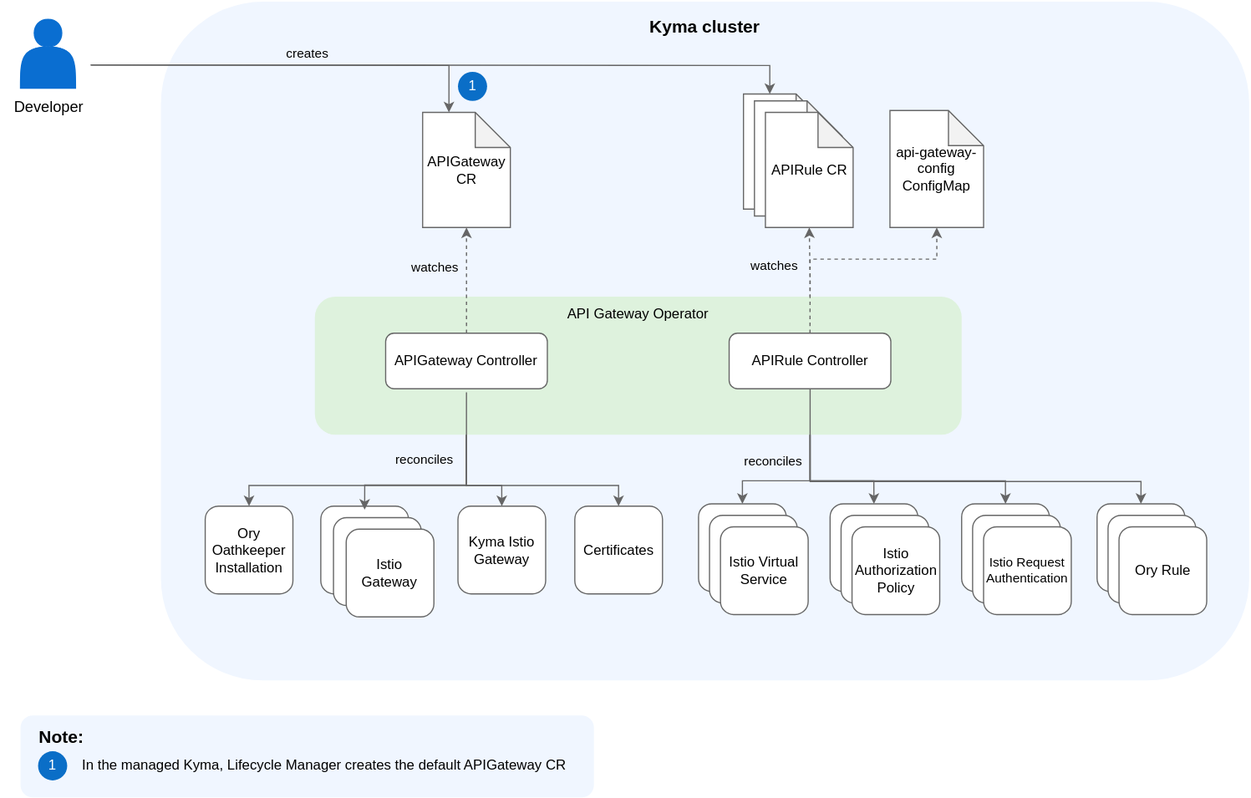
Above: docs/assets/operator-overview.svg in kyma-project/api-gateway (draw.io), before the change. Source tidied: cells renumbered, new cells last; positions are measured from the earlier drawing's top-left corner, leaving out a move shared by most shapes.
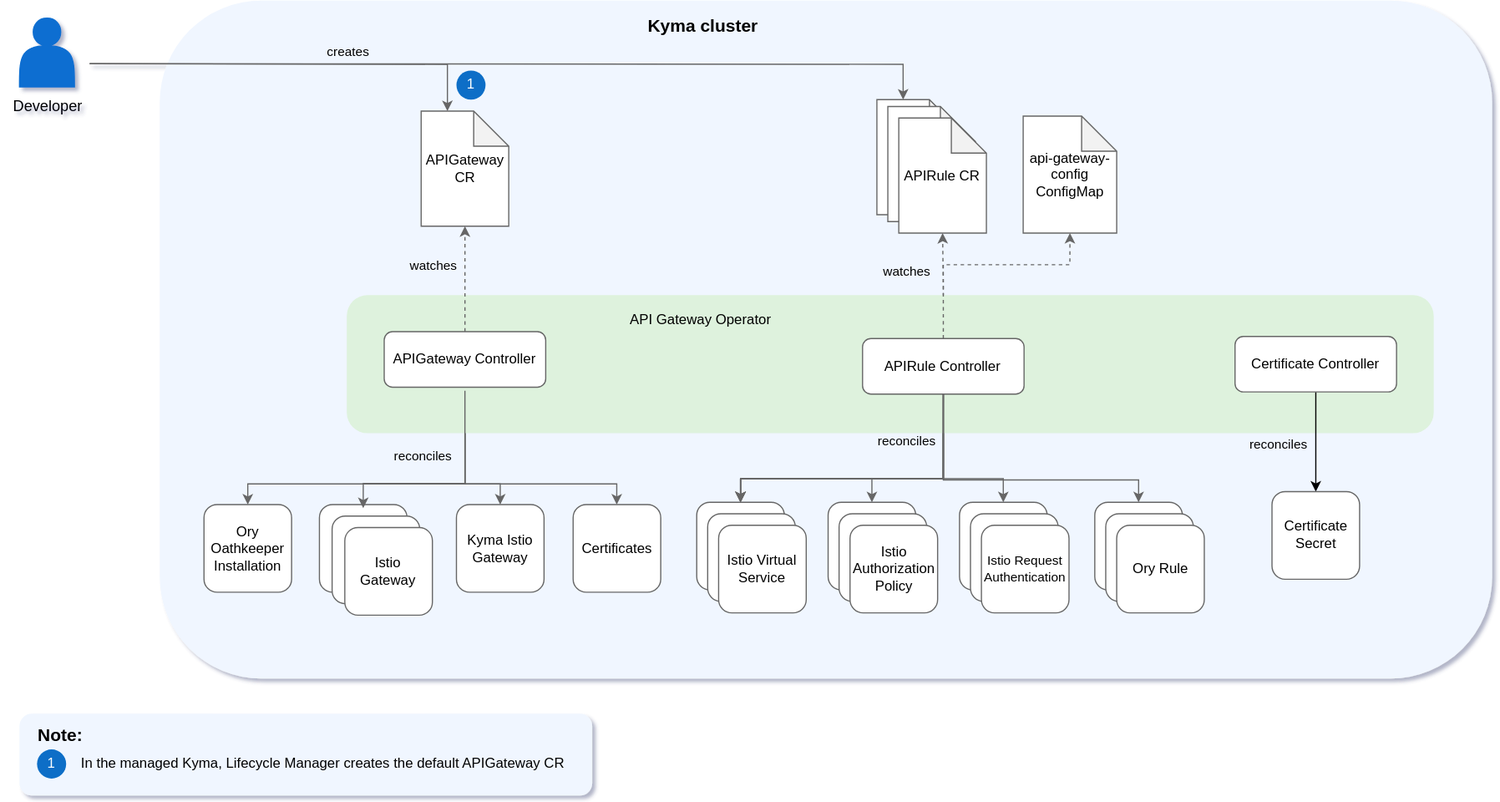
The same diagram one commit later.

What changed in the source:
```diff
@@ -3,7 +3,7 @@
     <mxCell id="0" />
     <mxCell id="1" parent="0" />
     <mxCell id="2" style="rounded=1;whiteSpace=wrap;html=1;strokeColor=none;fillColor=#F0F6FF;fillStyle=auto;" parent="1" vertex="1">
-      <mxGeometry x="136" width="930" height="580" as="geometry" />
+      <mxGeometry x="136" width="1140" height="580" as="geometry" />
     </mxCell>
     <mxCell id="3" style="edgeStyle=orthogonalEdgeStyle;rounded=0;jettySize=auto;html=1;entryX=0;entryY=0;entryDx=22.473684210526322;entryDy=0;entryPerimeter=0;strokeColor=#666666;" parent="1" edge="1" target="14">
       <mxGeometry relative="1" as="geometry">
@@ -48,7 +48,7 @@
       <mxGeometry x="359.6" y="94.6" width="74.9" height="98.4" as="geometry" />
     </mxCell>
     <mxCell id="15" style="shape=note;whiteSpace=wrap;html=1;backgroundOutline=1;darkOpacity=0.05;strokeColor=#666666;" parent="1" vertex="1">
-      <mxGeometry x="633.8" y="78.9" width="74.9" height="98.4" as="geometry" />
+      <mxGeometry x="749.6" y="84.7" width="74.9" height="98.4" as="geometry" />
     </mxCell>
     <mxCell id="16" style="edgeStyle=orthogonalEdgeStyle;rounded=0;jettySize=auto;html=1;exitX=0.5;exitY=0;exitDx=0;exitDy=0;entryX=0.5;entryY=1;entryDx=0;entryDy=0;entryPerimeter=0;dashed=1;strokeColor=#666666;" parent="1" edge="1" source="46" target="32">
       <mxGeometry relative="1" as="geometry" />
@@ -85,27 +85,27 @@
     <mxCell id="26" value="Istio Request Authentication" style="whiteSpace=wrap;html=1;fillColor=default;gradientColor=none;rounded=1;strokeColor=#666666;fontSize=11;" parent="1" vertex="1">
       <mxGeometry x="839" y="448.8" width="74.9" height="74.9" as="geometry" />
     </mxCell>
-    <mxCell id="27" style="edgeStyle=orthogonalEdgeStyle;rounded=0;jettySize=auto;html=1;entryX=0.5;entryY=0;entryDx=0;entryDy=0;strokeColor=#666666;" parent="1" edge="1" source="46" target="18">
+    <mxCell id="27" style="edgeStyle=orthogonalEdgeStyle;rounded=0;jettySize=auto;html=1;entryX=0.5;entryY=0;entryDx=0;entryDy=0;strokeColor=#666666;exitX=0.5;exitY=1;exitDx=0;exitDy=0;" parent="1" edge="1" source="46" target="18">
       <mxGeometry relative="1" as="geometry">
         <Array as="points">
-          <mxPoint x="691" y="409.4" />
-          <mxPoint x="632.9" y="409.4" />
+          <mxPoint x="806" y="409" />
+          <mxPoint x="633" y="409" />
         </Array>
       </mxGeometry>
     </mxCell>
-    <mxCell id="28" style="edgeStyle=orthogonalEdgeStyle;rounded=0;jettySize=auto;html=1;entryX=0.5;entryY=0;entryDx=0;entryDy=0;strokeColor=#666666;" parent="1" edge="1" source="46" target="19">
+    <mxCell id="28" style="edgeStyle=orthogonalEdgeStyle;rounded=0;jettySize=auto;html=1;entryX=0.5;entryY=0;entryDx=0;entryDy=0;strokeColor=#666666;exitX=0.5;exitY=1;exitDx=0;exitDy=0;" parent="1" edge="1" source="46" target="19">
       <mxGeometry relative="1" as="geometry">
         <Array as="points">
-          <mxPoint x="691" y="409.4" />
-          <mxPoint x="745.3" y="409.4" />
+          <mxPoint x="806" y="409" />
+          <mxPoint x="745" y="409" />
         </Array>
       </mxGeometry>
     </mxCell>
     <mxCell id="29" style="edgeStyle=orthogonalEdgeStyle;rounded=0;jettySize=auto;html=1;exitX=0.5;exitY=1;exitDx=0;exitDy=0;entryX=0.5;entryY=0;entryDx=0;entryDy=0;strokeColor=#666666;" parent="1" edge="1" source="46" target="20">
       <mxGeometry relative="1" as="geometry">
         <Array as="points">
-          <mxPoint x="691" y="409.4" />
-          <mxPoint x="857.7" y="409.4" />
+          <mxPoint x="806" y="409" />
+          <mxPoint x="858" y="409" />
         </Array>
       </mxGeometry>
     </mxCell>
@@ -115,10 +115,10 @@
       </mxGeometry>
     </mxCell>
     <mxCell id="31" style="shape=note;whiteSpace=wrap;html=1;backgroundOutline=1;darkOpacity=0.05;strokeColor=#666666;" parent="1" vertex="1">
-      <mxGeometry x="643.2" y="84.7" width="74.9" height="98.4" as="geometry" />
+      <mxGeometry x="758.9" y="90.6" width="74.9" height="98.4" as="geometry" />
     </mxCell>
     <mxCell id="32" value="APIRule CR" style="shape=note;whiteSpace=wrap;html=1;backgroundOutline=1;darkOpacity=0.05;strokeColor=#666666;" parent="1" vertex="1">
-      <mxGeometry x="652.6" y="94.6" width="74.9" height="98.4" as="geometry" />
+      <mxGeometry x="768.3" y="100.4" width="74.9" height="98.4" as="geometry" />
     </mxCell>
     <mxCell id="33" value="Ory Oathkeeper Installation" style="whiteSpace=wrap;html=1;fillColor=default;gradientColor=none;rounded=1;strokeColor=#666666;" parent="1" vertex="1">
       <mxGeometry x="173.8" y="431.1" width="74.9" height="74.9" as="geometry" />
@@ -148,7 +148,7 @@
       </mxGeometry>
     </mxCell>
     <mxCell id="37" value="api-gateway-config ConfigMap" style="shape=note;whiteSpace=wrap;html=1;backgroundOutline=1;darkOpacity=0.05;labelBackgroundColor=none;strokeColor=#666666;" parent="1" vertex="1">
-      <mxGeometry x="759" y="93" width="80" height="100" as="geometry" />
+      <mxGeometry x="874.7" y="98.8" width="80" height="100" as="geometry" />
     </mxCell>
     <mxCell id="38" style="whiteSpace=wrap;html=1;fillColor=default;gradientColor=none;rounded=1;strokeColor=#666666;" parent="1" vertex="1">
       <mxGeometry x="936" y="429.1" width="74.9" height="74.9" as="geometry" />
@@ -157,21 +157,21 @@
       <mxGeometry x="945.4" y="438.9" width="74.9" height="74.9" as="geometry" />
     </mxCell>
     <mxCell id="40" style="rounded=1;whiteSpace=wrap;html=1;gradientColor=none;fillColor=#DEF2DD;strokeColor=none;" parent="1" vertex="1">
-      <mxGeometry x="267.5" y="252" width="552.7" height="118.1" as="geometry" />
+      <mxGeometry x="296" y="252" width="930" height="118.1" as="geometry" />
     </mxCell>
     <mxCell id="41" value="Ory Rule" style="whiteSpace=wrap;html=1;fillColor=default;gradientColor=none;rounded=1;strokeColor=#666666;" parent="1" vertex="1">
       <mxGeometry x="954.7" y="448.8" width="74.9" height="74.9" as="geometry" />
     </mxCell>
-    <mxCell id="42" style="edgeStyle=orthogonalEdgeStyle;rounded=0;jettySize=auto;html=1;entryX=0.5;entryY=0;entryDx=0;entryDy=0;strokeColor=#666666;" parent="1" edge="1" source="46" target="38">
+    <mxCell id="42" style="edgeStyle=orthogonalEdgeStyle;rounded=0;jettySize=auto;html=1;entryX=0.5;entryY=0;entryDx=0;entryDy=0;strokeColor=#666666;exitX=0.5;exitY=1;exitDx=0;exitDy=0;" parent="1" edge="1" source="46" target="38">
       <mxGeometry relative="1" as="geometry">
         <Array as="points">
-          <mxPoint x="691" y="410" />
+          <mxPoint x="806" y="410" />
           <mxPoint x="974" y="410" />
         </Array>
       </mxGeometry>
     </mxCell>
     <mxCell id="43" value="API Gateway Operator" style="text;html=1;strokeColor=none;fillColor=none;align=center;verticalAlign=middle;whiteSpace=wrap;rounded=0;spacing=6;fontSize=12;" parent="1" vertex="1">
-      <mxGeometry x="405.7" y="257.6" width="276.4" height="19.7" as="geometry" />
+      <mxGeometry x="461" y="263.6" width="276.4" height="19.7" as="geometry" />
     </mxCell>
     <mxCell id="44" value="1" style="ellipse;whiteSpace=wrap;html=1;fillStyle=auto;fillColor=#0A6EC7;strokeColor=none;fontColor=#FFFFFF;" parent="1" vertex="1">
       <mxGeometry x="389.8" y="59.8" width="24.9" height="24.9" as="geometry" />
@@ -180,7 +180,7 @@
       <mxGeometry x="328" y="283.2" width="138.2" height="47.5" as="geometry" />
     </mxCell>
     <mxCell id="46" value="APIRule Controller" style="rounded=0;whiteSpace=wrap;html=1;rounded=1;fontColor=#000000;strokeColor=#666666;" parent="1" vertex="1">
-      <mxGeometry x="621.6" y="283.2" width="138.2" height="47.5" as="geometry" />
+      <mxGeometry x="737.3" y="289.1" width="138.2" height="47.5" as="geometry" />
     </mxCell>
     <mxCell id="47" style="group;" parent="1" vertex="1">
       <mxGeometry x="16" y="610" width="491" height="70" as="geometry" />
@@ -220,10 +220,56 @@
     <mxCell id="55" style="edgeStyle=orthogonalEdgeStyle;rounded=0;jettySize=auto;html=1;exitX=0.5;exitY=0;exitDx=0;exitDy=0;entryX=0.5;entryY=1;entryDx=0;entryDy=0;entryPerimeter=0;dashed=1;strokeColor=#666666;" parent="1" edge="1" source="46" target="37">
       <mxGeometry relative="1" as="geometry">
         <Array as="points">
-          <mxPoint x="691" y="220" />
-          <mxPoint x="799" y="220" />
+          <mxPoint x="806.7" y="225.9" />
+          <mxPoint x="914.7" y="225.9" />
         </Array>
       </mxGeometry>
     </mxCell>
+    <mxCell id="56" style="edgeStyle=orthogonalEdgeStyle;rounded=0;jettySize=auto;html=1;exitX=0.5;exitY=1;exitDx=0;exitDy=0;" parent="1" edge="1" source="57" target="58">
+      <mxGeometry x="0.06" y="-39" relative="1" as="geometry" />
+    </mxCell>
+    <mxCell id="57" value="Certificate Controller" style="rounded=0;whiteSpace=wrap;html=1;rounded=1;fontColor=#000000;strokeColor=#666666;" parent="1" vertex="1">
+      <mxGeometry x="1056" y="287.3" width="138.2" height="47.5" as="geometry" />
+    </mxCell>
+    <mxCell id="58" value="Certificate Secret" style="whiteSpace=wrap;html=1;fillColor=default;gradientColor=none;rounded=1;strokeColor=#666666;" parent="1" vertex="1">
+      <mxGeometry x="1087.6" y="420" width="74.9" height="74.9" as="geometry" />
+    </mxCell>
+    <mxCell id="59" style="edgeStyle=orthogonalEdgeStyle;rounded=0;jettySize=auto;html=1;entryX=0.5;entryY=0;entryDx=0;entryDy=0;strokeColor=#666666;exitX=0.5;exitY=1;exitDx=0;exitDy=0;" parent="1" edge="1" source="46" target="18">
+      <mxGeometry relative="1" as="geometry">
+        <Array as="points">
+          <mxPoint x="806" y="409" />
+          <mxPoint x="633" y="409" />
+        </Array>
+      </mxGeometry>
+    </mxCell>
+    <mxCell id="60" style="edgeStyle=orthogonalEdgeStyle;rounded=0;jettySize=auto;html=1;entryX=0.5;entryY=0;entryDx=0;entryDy=0;strokeColor=#666666;exitX=0.5;exitY=1;exitDx=0;exitDy=0;" parent="1" edge="1" source="46" target="18">
+      <mxGeometry relative="1" as="geometry">
+        <Array as="points">
+          <mxPoint x="806" y="409" />
+          <mxPoint x="633" y="409" />
+        </Array>
+      </mxGeometry>
+    </mxCell>
+    <mxCell id="61" style="edgeStyle=orthogonalEdgeStyle;rounded=0;jettySize=auto;html=1;entryX=0.5;entryY=0;entryDx=0;entryDy=0;strokeColor=#666666;exitX=0.5;exitY=1;exitDx=0;exitDy=0;" parent="1" edge="1" source="46" target="18">
+      <mxGeometry relative="1" as="geometry">
+        <Array as="points">
+          <mxPoint x="806" y="409" />
+          <mxPoint x="633" y="409" />
+        </Array>
+      </mxGeometry>
+    </mxCell>
+    <mxCell id="62" style="edgeStyle=orthogonalEdgeStyle;rounded=0;jettySize=auto;html=1;entryX=0.5;entryY=0;entryDx=0;entryDy=0;strokeColor=#666666;exitX=0.5;exitY=1;exitDx=0;exitDy=0;" parent="1" edge="1" source="46" target="18">
+      <mxGeometry relative="1" as="geometry">
+        <Array as="points">
+          <mxPoint x="806" y="409" />
+          <mxPoint x="633" y="409" />
+        </Array>
+      </mxGeometry>
+    </mxCell>
+    <mxCell id="63" value="reconciles" style="edgeLabel;html=1;align=center;verticalAlign=middle;labelBackgroundColor=none;" parent="1" vertex="1">
+      <mxGeometry x="792.2" y="386.6" as="geometry">
+        <mxPoint x="300" y="-7" as="offset" />
+      </mxGeometry>
+    </mxCell>
   </root>
 </mxGraphModel>
```
